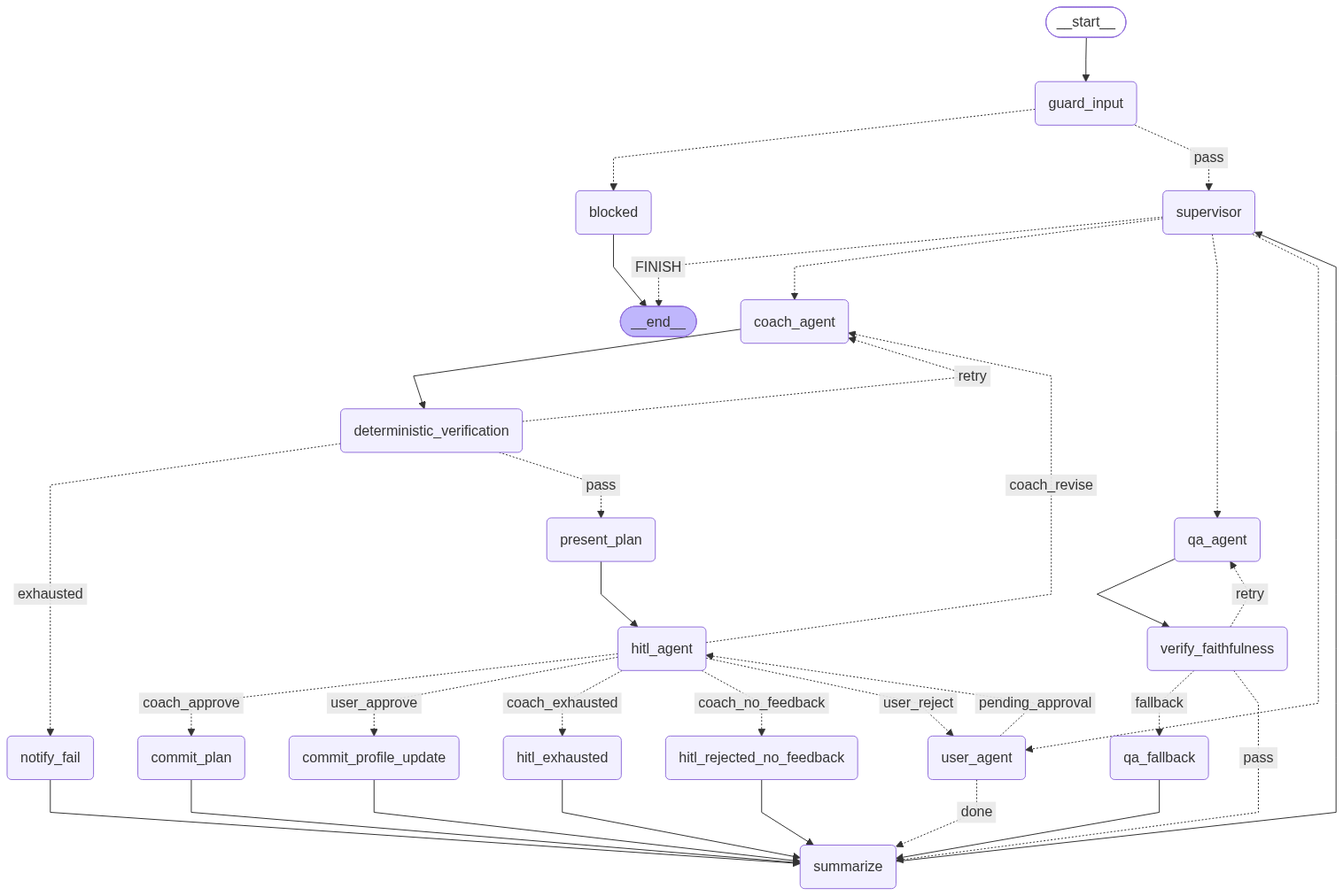
The Mermaid diagram custom-graph-architecture/docs/diagrams/workflow.png in hoanhoang-agilityio/Assistant-Learning, before a commit. Its source is kept beside it as custom-graph-architecture/docs/diagrams/workflow.mmd.
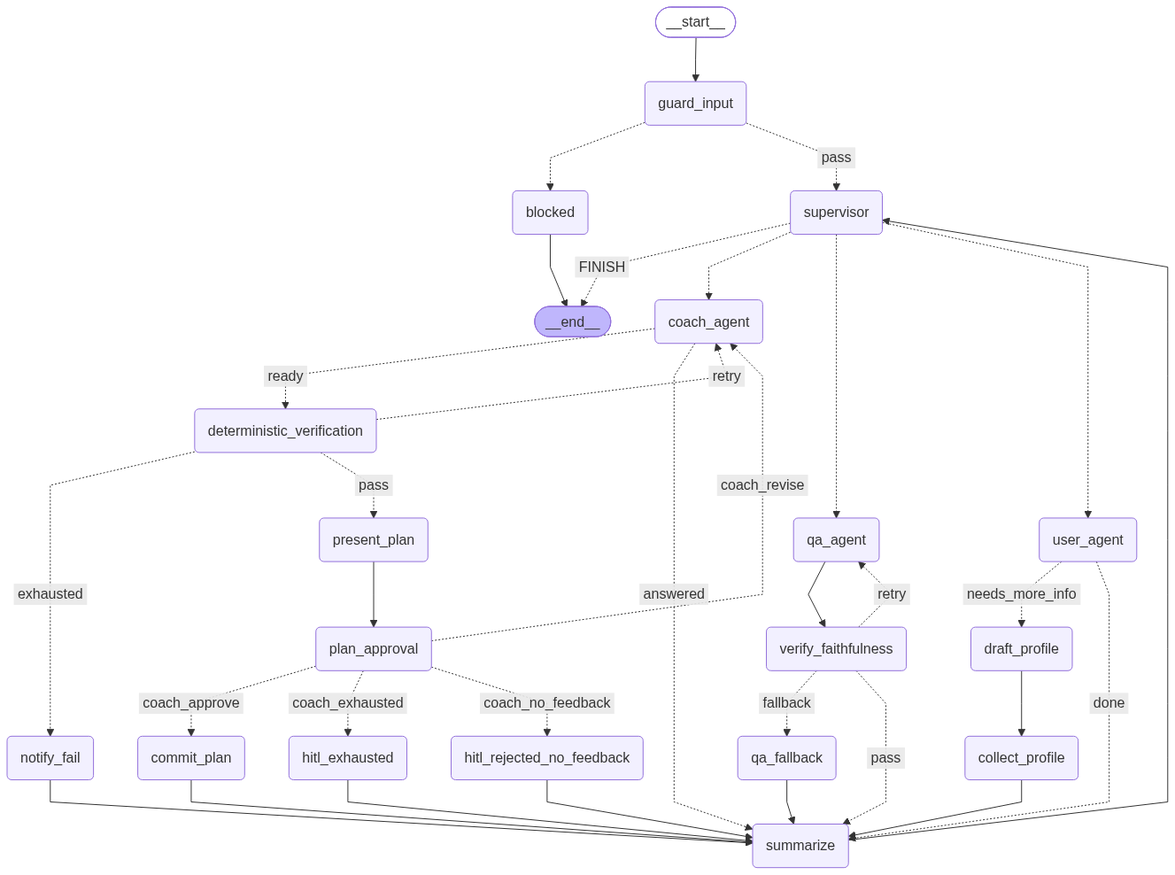
The same diagram one commit later.

Diff of the diagram source:
```diff
@@ -10,38 +10,39 @@
 	supervisor(supervisor)
 	user_agent(user_agent)
 	coach_agent(coach_agent)
+	draft_profile(draft_profile)
+	collect_profile(collect_profile)
 	deterministic_verification(deterministic_verification)
 	present_plan(present_plan)
 	notify_fail(notify_fail)
-	hitl_agent(hitl_agent)
+	plan_approval(plan_approval)
 	hitl_rejected_no_feedback(hitl_rejected_no_feedback)
 	hitl_exhausted(hitl_exhausted)
 	commit_plan(commit_plan)
-	commit_profile_update(commit_profile_update)
 	qa_agent(qa_agent)
 	verify_faithfulness(verify_faithfulness)
 	qa_fallback(qa_fallback)
 	summarize(summarize)
 	__end__([<p>__end__</p>]):::last
 	__start__ --> guard_input;
-	coach_agent --> deterministic_verification;
+	coach_agent -. &nbsp;ready&nbsp; .-> deterministic_verification;
+	coach_agent -. &nbsp;answered&nbsp; .-> summarize;
+	collect_profile --> summarize;
 	commit_plan --> summarize;
-	commit_profile_update --> summarize;
 	deterministic_verification -. &nbsp;retry&nbsp; .-> coach_agent;
 	deterministic_verification -. &nbsp;exhausted&nbsp; .-> notify_fail;
 	deterministic_verification -. &nbsp;pass&nbsp; .-> present_plan;
+	draft_profile --> collect_profile;
 	guard_input -.-> blocked;
 	guard_input -. &nbsp;pass&nbsp; .-> supervisor;
-	hitl_agent -. &nbsp;coach_revise&nbsp; .-> coach_agent;
-	hitl_agent -. &nbsp;coach_approve&nbsp; .-> commit_plan;
-	hitl_agent -. &nbsp;user_approve&nbsp; .-> commit_profile_update;
-	hitl_agent -. &nbsp;coach_exhausted&nbsp; .-> hitl_exhausted;
-	hitl_agent -. &nbsp;coach_no_feedback&nbsp; .-> hitl_rejected_no_feedback;
-	hitl_agent -. &nbsp;user_reject&nbsp; .-> user_agent;
 	hitl_exhausted --> summarize;
 	hitl_rejected_no_feedback --> summarize;
 	notify_fail --> summarize;
-	present_plan --> hitl_agent;
+	plan_approval -. &nbsp;coach_revise&nbsp; .-> coach_agent;
+	plan_approval -. &nbsp;coach_approve&nbsp; .-> commit_plan;
+	plan_approval -. &nbsp;coach_exhausted&nbsp; .-> hitl_exhausted;
+	plan_approval -. &nbsp;coach_no_feedback&nbsp; .-> hitl_rejected_no_feedback;
+	present_plan --> plan_approval;
 	qa_agent --> verify_faithfulness;
 	qa_fallback --> summarize;
 	summarize --> supervisor;
@@ -49,7 +50,7 @@
 	supervisor -.-> coach_agent;
 	supervisor -.-> qa_agent;
 	supervisor -.-> user_agent;
-	user_agent -. &nbsp;pending_approval&nbsp; .-> hitl_agent;
+	user_agent -. &nbsp;needs_more_info&nbsp; .-> draft_profile;
 	user_agent -. &nbsp;done&nbsp; .-> summarize;
 	verify_faithfulness -. &nbsp;retry&nbsp; .-> qa_agent;
 	verify_faithfulness -. &nbsp;fallback&nbsp; .-> qa_fallback;
```
